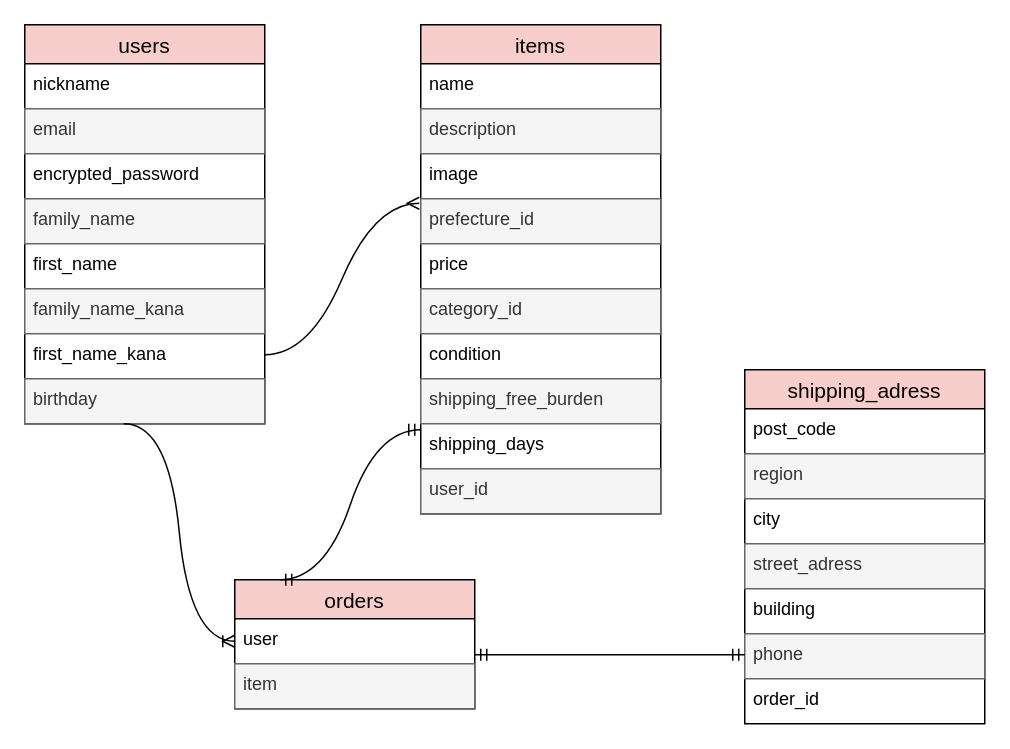
The draw.io diagram Draw.io.dio in osumi68/furima-40488, before the edit. Source tidied: cells renumbered, new cells numbered last; positions are measured from the earlier drawing's top-left corner, leaving out a move shared by most shapes. Both pictures are drawn from the tidied source at 150%, with x=0, y=0 at pixel (24, 24).
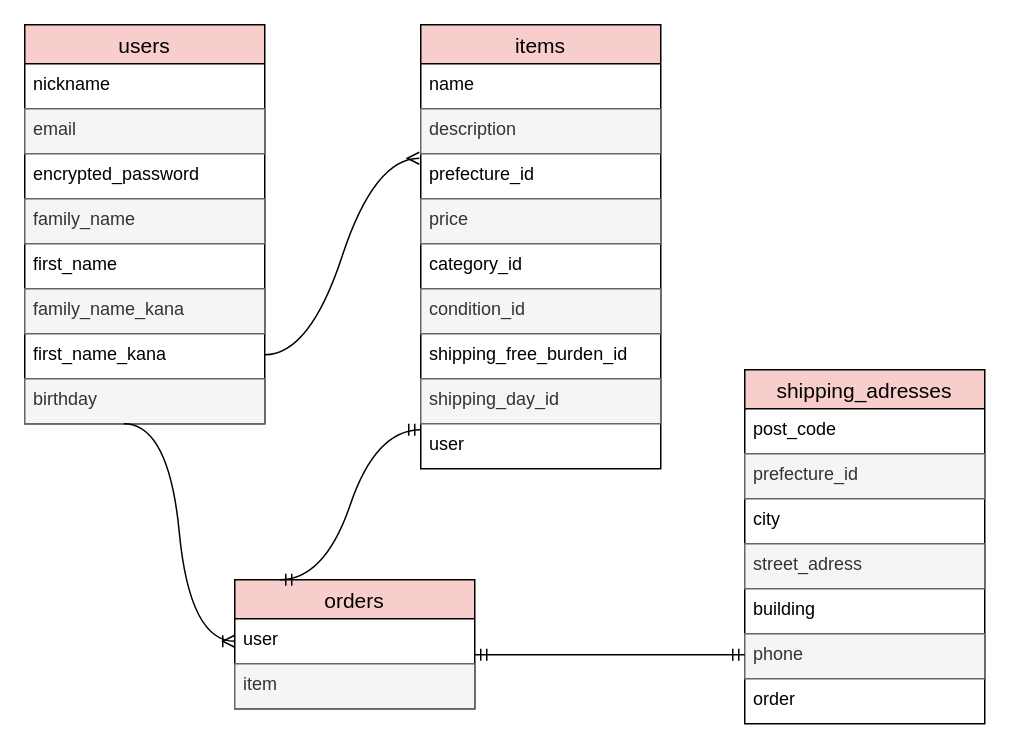
Above is the later version.

Commit message (it also covers changes not shown here):
データベース設計訂正No3

The edit, as a diff of the source:
```diff
@@
     <mxCell id="11" value="items" style="swimlane;fontStyle=0;horizontal=1;startSize=26;align=center;fontSize=14;strokeColor=#000000;fillColor=#f8cecc;" parent="1" vertex="1">
-      <mxGeometry x="264" width="160" height="326" as="geometry" />
+      <mxGeometry x="264" width="160" height="296" as="geometry" />
     </mxCell>
@@
-    <mxCell id="14" value="image    " style="text;strokeColor=none;fillColor=none;spacingLeft=4;spacingRight=4;overflow=hidden;fontSize=12;" parent="11" vertex="1">
-      <mxGeometry y="86" width="160" height="30" as="geometry" />
-    </mxCell>
-    <mxCell id="15" value="prefecture_id" style="text;strokeColor=#666666;fillColor=#f5f5f5;spacingLeft=4;spacingRight=4;overflow=hidden;points=[[0,0.5],[1,0.5]];portConstraint=eastwest;fontSize=12;fontColor=#333333;" parent="11" vertex="1">
-      <mxGeometry y="116" width="160" height="30" as="geometry" />
+    <mxCell id="15" value="prefecture_id" style="text;spacingLeft=4;spacingRight=4;overflow=hidden;points=[[0,0.5],[1,0.5]];portConstraint=eastwest;fontSize=12;" parent="11" vertex="1">
+      <mxGeometry y="86" width="160" height="30" as="geometry" />
     </mxCell>
-    <mxCell id="16" value="price" style="text;strokeColor=none;fillColor=none;spacingLeft=4;spacingRight=4;overflow=hidden;fontSize=12;" parent="11" vertex="1">
-      <mxGeometry y="146" width="160" height="30" as="geometry" />
+    <mxCell id="16" value="price" style="text;strokeColor=#666666;fillColor=#f5f5f5;spacingLeft=4;spacingRight=4;overflow=hidden;fontSize=12;fontColor=#333333;" parent="11" vertex="1">
+      <mxGeometry y="116" width="160" height="30" as="geometry" />
     </mxCell>
-    <mxCell id="17" value="category_id" style="text;strokeColor=#666666;fillColor=#f5f5f5;spacingLeft=4;spacingRight=4;overflow=hidden;fontSize=12;fontColor=#333333;" parent="11" vertex="1">
-      <mxGeometry y="176" width="160" height="30" as="geometry" />
+    <mxCell id="17" value="category_id" style="text;spacingLeft=4;spacingRight=4;overflow=hidden;fontSize=12;" parent="11" vertex="1">
+      <mxGeometry y="146" width="160" height="30" as="geometry" />
     </mxCell>
-    <mxCell id="18" value="condition" style="text;strokeColor=none;fillColor=none;spacingLeft=4;spacingRight=4;overflow=hidden;fontSize=12;" parent="11" vertex="1">
-      <mxGeometry y="206" width="160" height="30" as="geometry" />
+    <mxCell id="18" value="condition_id" style="text;strokeColor=#666666;fillColor=#f5f5f5;spacingLeft=4;spacingRight=4;overflow=hidden;fontSize=12;fontColor=#333333;" parent="11" vertex="1">
+      <mxGeometry y="176" width="160" height="30" as="geometry" />
     </mxCell>
-    <mxCell id="19" value="shipping_free_burden" style="text;strokeColor=#666666;fillColor=#f5f5f5;spacingLeft=4;spacingRight=4;overflow=hidden;fontSize=12;fontColor=#333333;" parent="11" vertex="1">
-      <mxGeometry y="236" width="160" height="30" as="geometry" />
+    <mxCell id="19" value="shipping_free_burden_id" style="text;spacingLeft=4;spacingRight=4;overflow=hidden;fontSize=12;" parent="11" vertex="1">
+      <mxGeometry y="206" width="160" height="30" as="geometry" />
     </mxCell>
-    <mxCell id="20" value="shipping_days" style="text;strokeColor=none;fillColor=none;spacingLeft=4;spacingRight=4;overflow=hidden;fontSize=12;" parent="11" vertex="1">
-      <mxGeometry y="266" width="160" height="30" as="geometry" />
+    <mxCell id="20" value="shipping_day_id" style="text;strokeColor=#666666;fillColor=#f5f5f5;spacingLeft=4;spacingRight=4;overflow=hidden;fontSize=12;fontColor=#333333;" parent="11" vertex="1">
+      <mxGeometry y="236" width="160" height="30" as="geometry" />
     </mxCell>
-    <mxCell id="21" value="user_id" style="text;strokeColor=#666666;fillColor=#f5f5f5;spacingLeft=4;spacingRight=4;overflow=hidden;fontSize=12;fontColor=#333333;" parent="11" vertex="1">
-      <mxGeometry y="296" width="160" height="30" as="geometry" />
+    <mxCell id="21" value="user" style="text;spacingLeft=4;spacingRight=4;overflow=hidden;fontSize=12;" parent="11" vertex="1">
+      <mxGeometry y="266" width="160" height="30" as="geometry" />
     </mxCell>
-    <mxCell id="22" value="shipping_adress" style="swimlane;fontStyle=0;horizontal=1;startSize=26;align=center;fontSize=14;fillColor=#f8cecc;strokeColor=#000000;" parent="1" vertex="1">
+    <mxCell id="22" value="shipping_adresses" style="swimlane;fontStyle=0;horizontal=1;startSize=26;align=center;fontSize=14;fillColor=#f8cecc;strokeColor=#000000;" parent="1" vertex="1">
       <mxGeometry x="480" y="230" width="160" height="236" as="geometry" />
     </mxCell>
@@
-    <mxCell id="24" value="region" style="text;strokeColor=#666666;fillColor=#f5f5f5;spacingLeft=4;spacingRight=4;overflow=hidden;fontSize=12;fontColor=#333333;" parent="22" vertex="1">
+    <mxCell id="24" value="prefecture_id" style="text;strokeColor=#666666;fillColor=#f5f5f5;spacingLeft=4;spacingRight=4;overflow=hidden;fontSize=12;fontColor=#333333;" parent="22" vertex="1">
       <mxGeometry y="56" width="160" height="30" as="geometry" />
     </mxCell>
@@
-    <mxCell id="29" value="order_id" style="text;strokeColor=none;fillColor=none;spacingLeft=4;spacingRight=4;overflow=hidden;fontSize=12;" parent="22" vertex="1">
+    <mxCell id="29" value="order" style="text;strokeColor=none;fillColor=none;spacingLeft=4;spacingRight=4;overflow=hidden;fontSize=12;" parent="22" vertex="1">
       <mxGeometry y="206" width="160" height="30" as="geometry" />
     </mxCell>
```
